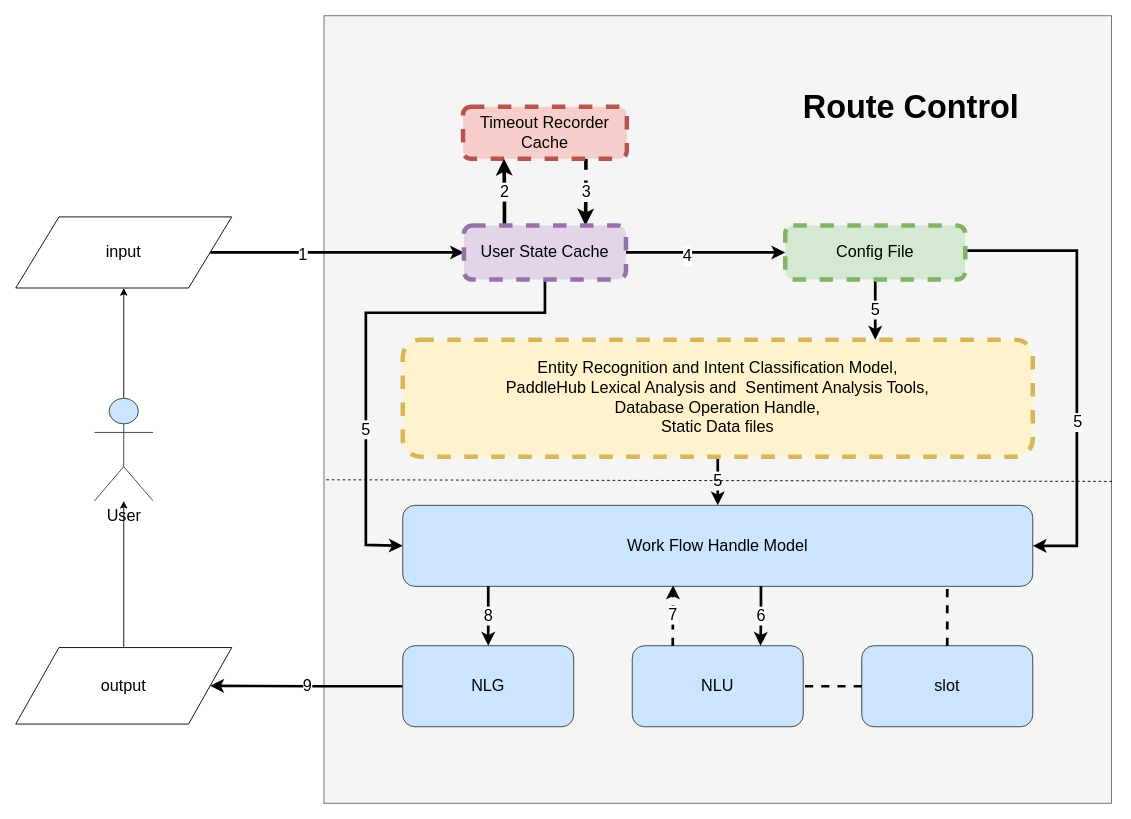
Earlier version of the draw.io diagram flow_diagram/dialogue_structure.drawio (ricosr/travel_consult_chatbot). Source tidied: cells renumbered, new cells numbered last; positions are measured from the earlier drawing's top-left corner, leaving out a move shared by most shapes. Both pictures are drawn from the tidied source at 90%, with x=0, y=0 at pixel (15, 15).
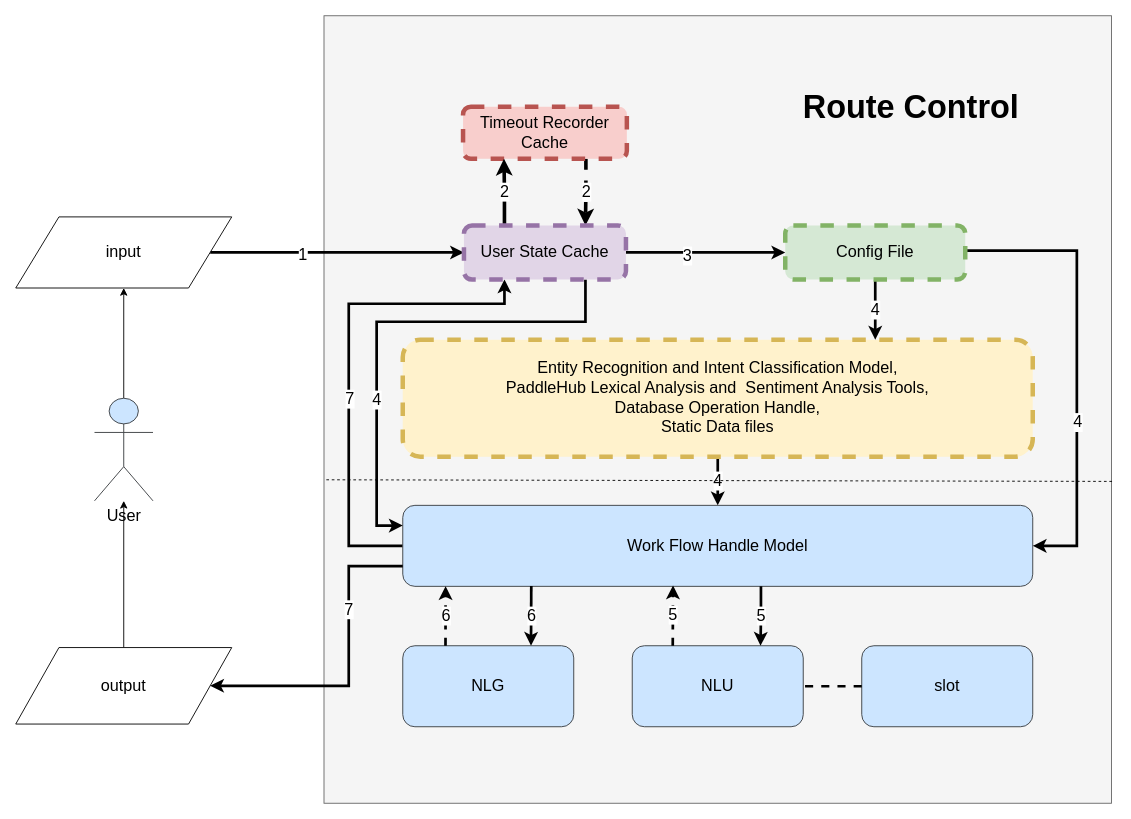
The same page after the edit.

Unchanged cells that the change refers to:
```xml
<mxCell id="9" value="&lt;font style=&quot;font-size: 18px&quot;&gt;output&lt;/font&gt;" style="shape=parallelogram;perimeter=parallelogramPerimeter;whiteSpace=wrap;html=1;" parent="1" vertex="1">
  <mxGeometry y="702" width="240" height="85" as="geometry" />
</mxCell>
<mxCell id="12" value="&lt;font style=&quot;font-size: 18px&quot;&gt;Entity Recognition and Intent Classification Model,&lt;br&gt;PaddleHub&amp;nbsp;Lexical Analysis and&amp;nbsp; Sentiment Analysis Tools,&lt;br&gt;Database Operation Handle,&lt;br&gt;Static Data files&lt;br&gt;&lt;/font&gt;" style="rounded=1;whiteSpace=wrap;html=1;dashed=1;fillColor=#fff2cc;strokeColor=#d6b656;strokeWidth=5;" parent="1" vertex="1">
  <mxGeometry x="430" y="360" width="700" height="130" as="geometry" />
</mxCell>
<mxCell id="13" value="&lt;font style=&quot;font-size: 18px&quot;&gt;Work Flow Handle Model&lt;/font&gt;" style="rounded=1;whiteSpace=wrap;html=1;fillColor=#cce5ff;strokeColor=#36393d;" parent="1" vertex="1">
  <mxGeometry x="430" y="544" width="700" height="90" as="geometry" />
</mxCell>
<mxCell id="14" style="edgeStyle=orthogonalEdgeStyle;rounded=0;jettySize=auto;html=1;strokeWidth=3;entryX=0;entryY=0.5;entryDx=0;entryDy=0;exitX=1;exitY=0.5;exitDx=0;exitDy=0;" parent="1" edge="1" source="34" target="19">
  <mxGeometry relative="1" as="geometry" />
</mxCell>
<mxCell id="16" style="edgeStyle=orthogonalEdgeStyle;rounded=0;jettySize=auto;html=1;exitX=1;exitY=0.5;exitDx=0;exitDy=0;entryX=1;entryY=0.5;entryDx=0;entryDy=0;strokeWidth=3;" parent="1" edge="1" source="19" target="13">
  <mxGeometry relative="1" as="geometry">
    <Array as="points">
      <mxPoint x="1179" y="261" />
      <mxPoint x="1179" y="589" />
    </Array>
  </mxGeometry>
</mxCell>
<mxCell id="19" value="&lt;span style=&quot;font-size: 18px&quot;&gt;Config File&lt;/span&gt;" style="rounded=1;whiteSpace=wrap;html=1;strokeWidth=5;dashed=1;fillColor=#d5e8d4;strokeColor=#82b366;" parent="1" vertex="1">
  <mxGeometry x="855" y="233" width="200" height="60" as="geometry" />
</mxCell>
<mxCell id="21" value="&lt;font style=&quot;font-size: 18px&quot;&gt;NLU&lt;/font&gt;" style="rounded=1;whiteSpace=wrap;html=1;fillColor=#cce5ff;strokeColor=#36393d;" parent="1" vertex="1">
  <mxGeometry x="685" y="700" width="190" height="90" as="geometry" />
</mxCell>
<mxCell id="23" value="&lt;font style=&quot;font-size: 18px&quot;&gt;NLG&lt;/font&gt;" style="rounded=1;whiteSpace=wrap;html=1;fillColor=#cce5ff;strokeColor=#36393d;" parent="1" vertex="1">
  <mxGeometry x="430" y="700" width="190" height="90" as="geometry" />
</mxCell>
<mxCell id="24" value="&lt;font style=&quot;font-size: 18px&quot;&gt;slot&lt;/font&gt;" style="rounded=1;whiteSpace=wrap;html=1;fillColor=#cce5ff;strokeColor=#36393d;" parent="1" vertex="1">
  <mxGeometry x="940" y="700" width="190" height="90" as="geometry" />
</mxCell>
<mxCell id="32" value="&lt;span style=&quot;font-size: 18px&quot;&gt;Timeout Recorder Cache&lt;/span&gt;" style="rounded=1;whiteSpace=wrap;html=1;strokeWidth=5;dashed=1;fillColor=#f8cecc;strokeColor=#b85450;" parent="1" vertex="1">
  <mxGeometry x="497" y="101" width="182" height="58" as="geometry" />
</mxCell>
<mxCell id="34" value="&lt;span style=&quot;font-size: 18px&quot;&gt;User State Cache&lt;/span&gt;" style="rounded=1;whiteSpace=wrap;html=1;strokeWidth=5;dashed=1;fillColor=#e1d5e7;strokeColor=#9673a6;" parent="1" vertex="1">
  <mxGeometry x="498" y="233" width="180" height="60" as="geometry" />
</mxCell>
```

Change to the diagram source:
```diff
@@
-    <mxCell id="11" value="&lt;font style=&quot;font-size: 18px&quot;&gt;5&lt;/font&gt;" style="edgeStyle=orthogonalEdgeStyle;rounded=0;jettySize=auto;html=1;exitX=0.5;exitY=1;exitDx=0;exitDy=0;entryX=0.5;entryY=0;entryDx=0;entryDy=0;strokeWidth=3;" parent="1" edge="1" source="12" target="13">
+    <mxCell id="11" value="&lt;font style=&quot;font-size: 18px&quot;&gt;4&lt;/font&gt;" style="edgeStyle=orthogonalEdgeStyle;rounded=0;jettySize=auto;html=1;exitX=0.5;exitY=1;exitDx=0;exitDy=0;entryX=0.5;entryY=0;entryDx=0;entryDy=0;strokeWidth=3;" parent="1" edge="1" source="12" target="13">
       <mxGeometry relative="1" as="geometry" />
     </mxCell>
@@
+    <mxCell id="35" style="edgeStyle=orthogonalEdgeStyle;rounded=0;jettySize=auto;html=1;exitX=0;exitY=0.5;exitDx=0;exitDy=0;entryX=0.25;entryY=1;entryDx=0;entryDy=0;strokeWidth=3;" parent="1" edge="1" source="13" target="34">
+      <mxGeometry relative="1" as="geometry">
+        <Array as="points">
+          <mxPoint x="370" y="589" />
+          <mxPoint x="370" y="320" />
+          <mxPoint x="543" y="320" />
+        </Array>
+      </mxGeometry>
+    </mxCell>
+    <mxCell id="36" value="&lt;font style=&quot;font-size: 18px&quot;&gt;7&lt;/font&gt;" style="text;html=1;align=center;verticalAlign=middle;labelBackgroundColor=#ffffff;" parent="35" vertex="1">
+      <mxGeometry x="-0.17" relative="1" as="geometry">
+        <mxPoint y="-3.5" as="offset" />
+      </mxGeometry>
+    </mxCell>
@@
-    <mxCell id="15" value="&lt;font style=&quot;font-size: 18px&quot;&gt;4&lt;/font&gt;" style="text;html=1;align=center;verticalAlign=middle;labelBackgroundColor=#ffffff;" parent="14" vertex="1">
+    <mxCell id="15" value="&lt;font style=&quot;font-size: 18px&quot;&gt;3&lt;/font&gt;" style="text;html=1;align=center;verticalAlign=middle;labelBackgroundColor=#ffffff;" parent="14" vertex="1">
       <mxGeometry x="-0.24" y="-3" relative="1" as="geometry" />
     </mxCell>
@@
-    <mxCell id="17" value="&lt;font style=&quot;font-size: 18px&quot;&gt;5&lt;/font&gt;" style="text;html=1;align=center;verticalAlign=middle;labelBackgroundColor=#ffffff;" parent="16" vertex="1">
+    <mxCell id="17" value="&lt;font style=&quot;font-size: 18px&quot;&gt;4&lt;/font&gt;" style="text;html=1;align=center;verticalAlign=middle;labelBackgroundColor=#ffffff;" parent="16" vertex="1">
       <mxGeometry y="-2" relative="1" as="geometry">
         <mxPoint x="2.5" y="64" as="offset" />
       </mxGeometry>
     </mxCell>
-    <mxCell id="18" value="&lt;font style=&quot;font-size: 18px&quot;&gt;5&lt;/font&gt;" style="edgeStyle=orthogonalEdgeStyle;rounded=0;jettySize=auto;html=1;exitX=0.5;exitY=1;exitDx=0;exitDy=0;entryX=0.75;entryY=0;entryDx=0;entryDy=0;strokeWidth=3;" parent="1" edge="1" source="19" target="12">
+    <mxCell id="18" value="&lt;font style=&quot;font-size: 18px&quot;&gt;4&lt;/font&gt;" style="edgeStyle=orthogonalEdgeStyle;rounded=0;jettySize=auto;html=1;exitX=0.5;exitY=1;exitDx=0;exitDy=0;entryX=0.75;entryY=0;entryDx=0;entryDy=0;strokeWidth=3;" parent="1" edge="1" source="19" target="12">
       <mxGeometry relative="1" as="geometry" />
     </mxCell>
@@
-    <mxCell id="20" value="&lt;font style=&quot;font-size: 18px&quot;&gt;5&lt;/font&gt;" style="edgeStyle=orthogonalEdgeStyle;rounded=0;jettySize=auto;html=1;exitX=0.5;exitY=1;exitDx=0;exitDy=0;strokeWidth=3;entryX=0;entryY=0.5;entryDx=0;entryDy=0;" parent="1" edge="1" source="34" target="13">
+    <mxCell id="20" value="&lt;font style=&quot;font-size: 18px&quot;&gt;4&lt;/font&gt;" style="edgeStyle=orthogonalEdgeStyle;rounded=0;jettySize=auto;html=1;exitX=0.75;exitY=1;exitDx=0;exitDy=0;strokeWidth=3;entryX=0;entryY=0.25;entryDx=0;entryDy=0;" parent="1" edge="1" source="34" target="13">
       <mxGeometry x="0.37" relative="1" as="geometry">
         <Array as="points">
-          <mxPoint x="588" y="330" />
-          <mxPoint x="389" y="330" />
-          <mxPoint x="389" y="588" />
-          <mxPoint x="430" y="588" />
+          <mxPoint x="633" y="340" />
+          <mxPoint x="401" y="340" />
+          <mxPoint x="401" y="566" />
         </Array>
       </mxGeometry>
     </mxCell>
@@
-    <mxCell id="22" value="&lt;font style=&quot;font-size: 18px&quot;&gt;9&lt;/font&gt;" style="edgeStyle=orthogonalEdgeStyle;rounded=0;jettySize=auto;html=1;exitX=0;exitY=0.5;exitDx=0;exitDy=0;entryX=1;entryY=0.5;entryDx=0;entryDy=0;strokeWidth=3;" parent="1" edge="1" source="23" target="9">
-      <mxGeometry relative="1" as="geometry" />
+    <mxCell id="22" value="&lt;span style=&quot;font-size: 18px&quot;&gt;7&lt;/span&gt;" style="edgeStyle=orthogonalEdgeStyle;rounded=0;jettySize=auto;html=1;exitX=0;exitY=0.75;exitDx=0;exitDy=0;entryX=1;entryY=0.5;entryDx=0;entryDy=0;strokeWidth=3;" parent="1" edge="1" source="13" target="9">
+      <mxGeometry x="-0.38" relative="1" as="geometry">
+        <Array as="points">
+          <mxPoint x="430" y="612" />
+          <mxPoint x="370" y="612" />
+          <mxPoint x="370" y="745" />
+        </Array>
+      </mxGeometry>
     </mxCell>
@@
-    <mxCell id="25" style="endArrow=none;dashed=1;html=1;strokeWidth=3;exitX=0.5;exitY=0;exitDx=0;exitDy=0;" parent="1" edge="1" source="24">
-      <mxGeometry relative="1" as="geometry">
-        <mxPoint x="1035" y="634" as="targetPoint" />
-      </mxGeometry>
-    </mxCell>
@@
-    <mxCell id="27" value="&lt;font style=&quot;font-size: 18px&quot;&gt;6&lt;/font&gt;" style="endArrow=classic;html=1;strokeWidth=3;entryX=0.75;entryY=0;entryDx=0;entryDy=0;" parent="1" edge="1" target="21">
+    <mxCell id="27" value="&lt;font style=&quot;font-size: 18px&quot;&gt;5&lt;/font&gt;" style="endArrow=classic;html=1;strokeWidth=3;entryX=0.75;entryY=0;entryDx=0;entryDy=0;" parent="1" edge="1" target="21">
       <mxGeometry relative="1" as="geometry">
         <mxPoint x="828" y="634" as="sourcePoint" />
         <Array as="points">
           <mxPoint x="828" y="670" />
         </Array>
       </mxGeometry>
     </mxCell>
-    <mxCell id="28" value="&lt;span style=&quot;font-size: 18px&quot;&gt;7&lt;/span&gt;" style="endArrow=classic;html=1;strokeWidth=3;entryX=0.429;entryY=1;entryDx=0;entryDy=0;entryPerimeter=0;dashed=1;" parent="1" edge="1">
+    <mxCell id="28" value="&lt;span style=&quot;font-size: 18px&quot;&gt;5&lt;/span&gt;" style="endArrow=classic;html=1;strokeWidth=3;entryX=0.429;entryY=1;entryDx=0;entryDy=0;entryPerimeter=0;dashed=1;" parent="1" edge="1">
       <mxGeometry relative="1" as="geometry">
         <mxPoint x="730" y="700" as="sourcePoint" />
         <mxPoint x="730.3" y="633" as="targetPoint" />
       </mxGeometry>
     </mxCell>
-    <mxCell id="29" value="&lt;font style=&quot;font-size: 18px&quot;&gt;8&lt;/font&gt;" style="endArrow=classic;html=1;strokeWidth=3;entryX=0.5;entryY=0;entryDx=0;entryDy=0;" parent="1" edge="1" target="23">
-      <mxGeometry relative="1" as="geometry">
-        <mxPoint x="525" y="634" as="sourcePoint" />
-      </mxGeometry>
+    <mxCell id="29" value="&lt;font style=&quot;font-size: 18px&quot;&gt;6&lt;/font&gt;" style="endArrow=classic;html=1;strokeWidth=3;entryX=0.75;entryY=0;entryDx=0;entryDy=0;exitX=0.204;exitY=0.997;exitDx=0;exitDy=0;exitPerimeter=0;" parent="1" edge="1" source="13" target="23">
+      <mxGeometry relative="1" as="geometry" />
     </mxCell>
@@
-    <mxCell id="31" value="&lt;font style=&quot;font-size: 18px&quot;&gt;3&lt;/font&gt;" style="edgeStyle=orthogonalEdgeStyle;rounded=0;jettySize=auto;html=1;exitX=0.75;exitY=1;exitDx=0;exitDy=0;entryX=0.75;entryY=0;entryDx=0;entryDy=0;dashed=1;strokeWidth=4;" parent="1" edge="1" source="32" target="34">
+    <mxCell id="31" value="&lt;font style=&quot;font-size: 18px&quot;&gt;2&lt;/font&gt;" style="edgeStyle=orthogonalEdgeStyle;rounded=0;jettySize=auto;html=1;exitX=0.75;exitY=1;exitDx=0;exitDy=0;entryX=0.75;entryY=0;entryDx=0;entryDy=0;dashed=1;strokeWidth=4;" parent="1" edge="1" source="32" target="34">
       <mxGeometry relative="1" as="geometry" />
     </mxCell>
@@
+    <mxCell id="37" value="&lt;span style=&quot;font-size: 18px&quot;&gt;6&lt;/span&gt;" style="endArrow=classic;html=1;strokeWidth=3;entryX=0.068;entryY=0.998;entryDx=0;entryDy=0;entryPerimeter=0;dashed=1;exitX=0.25;exitY=0;exitDx=0;exitDy=0;" parent="1" edge="1" source="23" target="13">
+      <mxGeometry relative="1" as="geometry" />
+    </mxCell>
```
